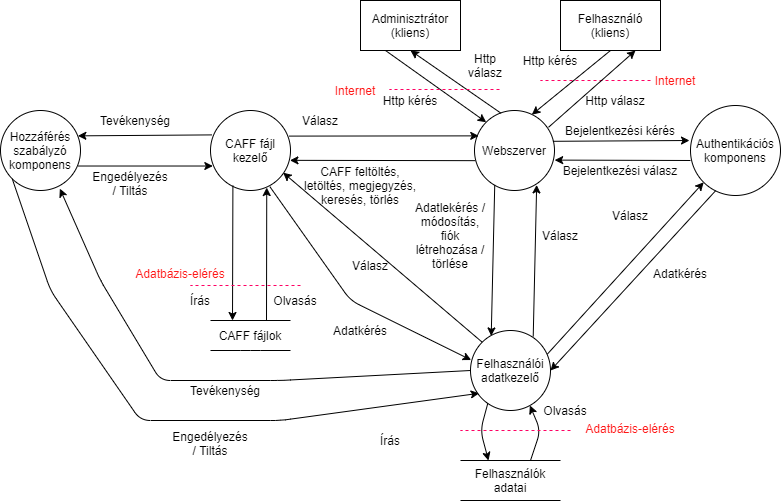
Above: design/drawio/userAdminDataFlow.png in Frydraca/SzBiztonsagHF-C-Sec (draw.io), before the change. Source tidied: cells renumbered, new cells last; positions are measured from the earlier drawing's top-left corner, leaving out a move shared by most shapes.
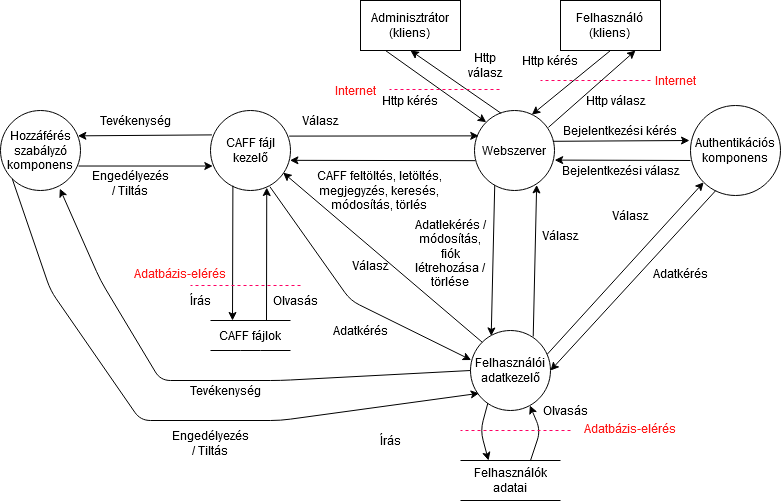
Above is the later version.

Commit message:
Added "módosítás" to CAFF and webserver communication

The edit, as a diff of the source:
```diff
@@ -41,7 +41,7 @@
       <mxGeometry relative="1" as="geometry" />
     </mxCell>
     <mxCell id="14" value="Adatlekérés / módosítás, fiók létrehozása / törlése" style="text;html=1;strokeColor=none;fillColor=none;align=center;verticalAlign=middle;whiteSpace=wrap;rounded=0;" parent="1" vertex="1">
-      <mxGeometry x="410" y="215" width="80" height="40" as="geometry" />
+      <mxGeometry x="410" y="215" width="80" height="75" as="geometry" />
     </mxCell>
     <mxCell id="15" value="Válasz" style="text;html=1;strokeColor=none;fillColor=none;align=center;verticalAlign=middle;whiteSpace=wrap;rounded=0;" parent="1" vertex="1">
       <mxGeometry x="540" y="225" width="40" height="20" as="geometry" />
@@ -98,8 +98,8 @@
     <mxCell id="27" value="CAFF fájl kezelő" style="ellipse;whiteSpace=wrap;html=1;" parent="1" vertex="1">
       <mxGeometry x="210" y="110" width="80" height="80" as="geometry" />
     </mxCell>
-    <mxCell id="28" value="CAFF feltöltés, letöltés, megjegyzés, keresés, törlés" style="text;html=1;strokeColor=none;fillColor=none;align=center;verticalAlign=middle;whiteSpace=wrap;rounded=0;" parent="1" vertex="1">
-      <mxGeometry x="300" y="160" width="120" height="50" as="geometry" />
+    <mxCell id="28" value="CAFF feltöltés, letöltés, megjegyzés, keresés, módosítás, törlés" style="text;html=1;strokeColor=none;fillColor=none;align=center;verticalAlign=middle;whiteSpace=wrap;rounded=0;" parent="1" vertex="1">
+      <mxGeometry x="314" y="160" width="130" height="60" as="geometry" />
     </mxCell>
     <mxCell id="29" style="endArrow=classic;html=1;exitX=0.983;exitY=0.32;exitDx=0;exitDy=0;exitPerimeter=0;entryX=0.053;entryY=0.317;entryDx=0;entryDy=0;entryPerimeter=0;" parent="1" edge="1" source="27" target="3">
       <mxGeometry relative="1" as="geometry" />
```
